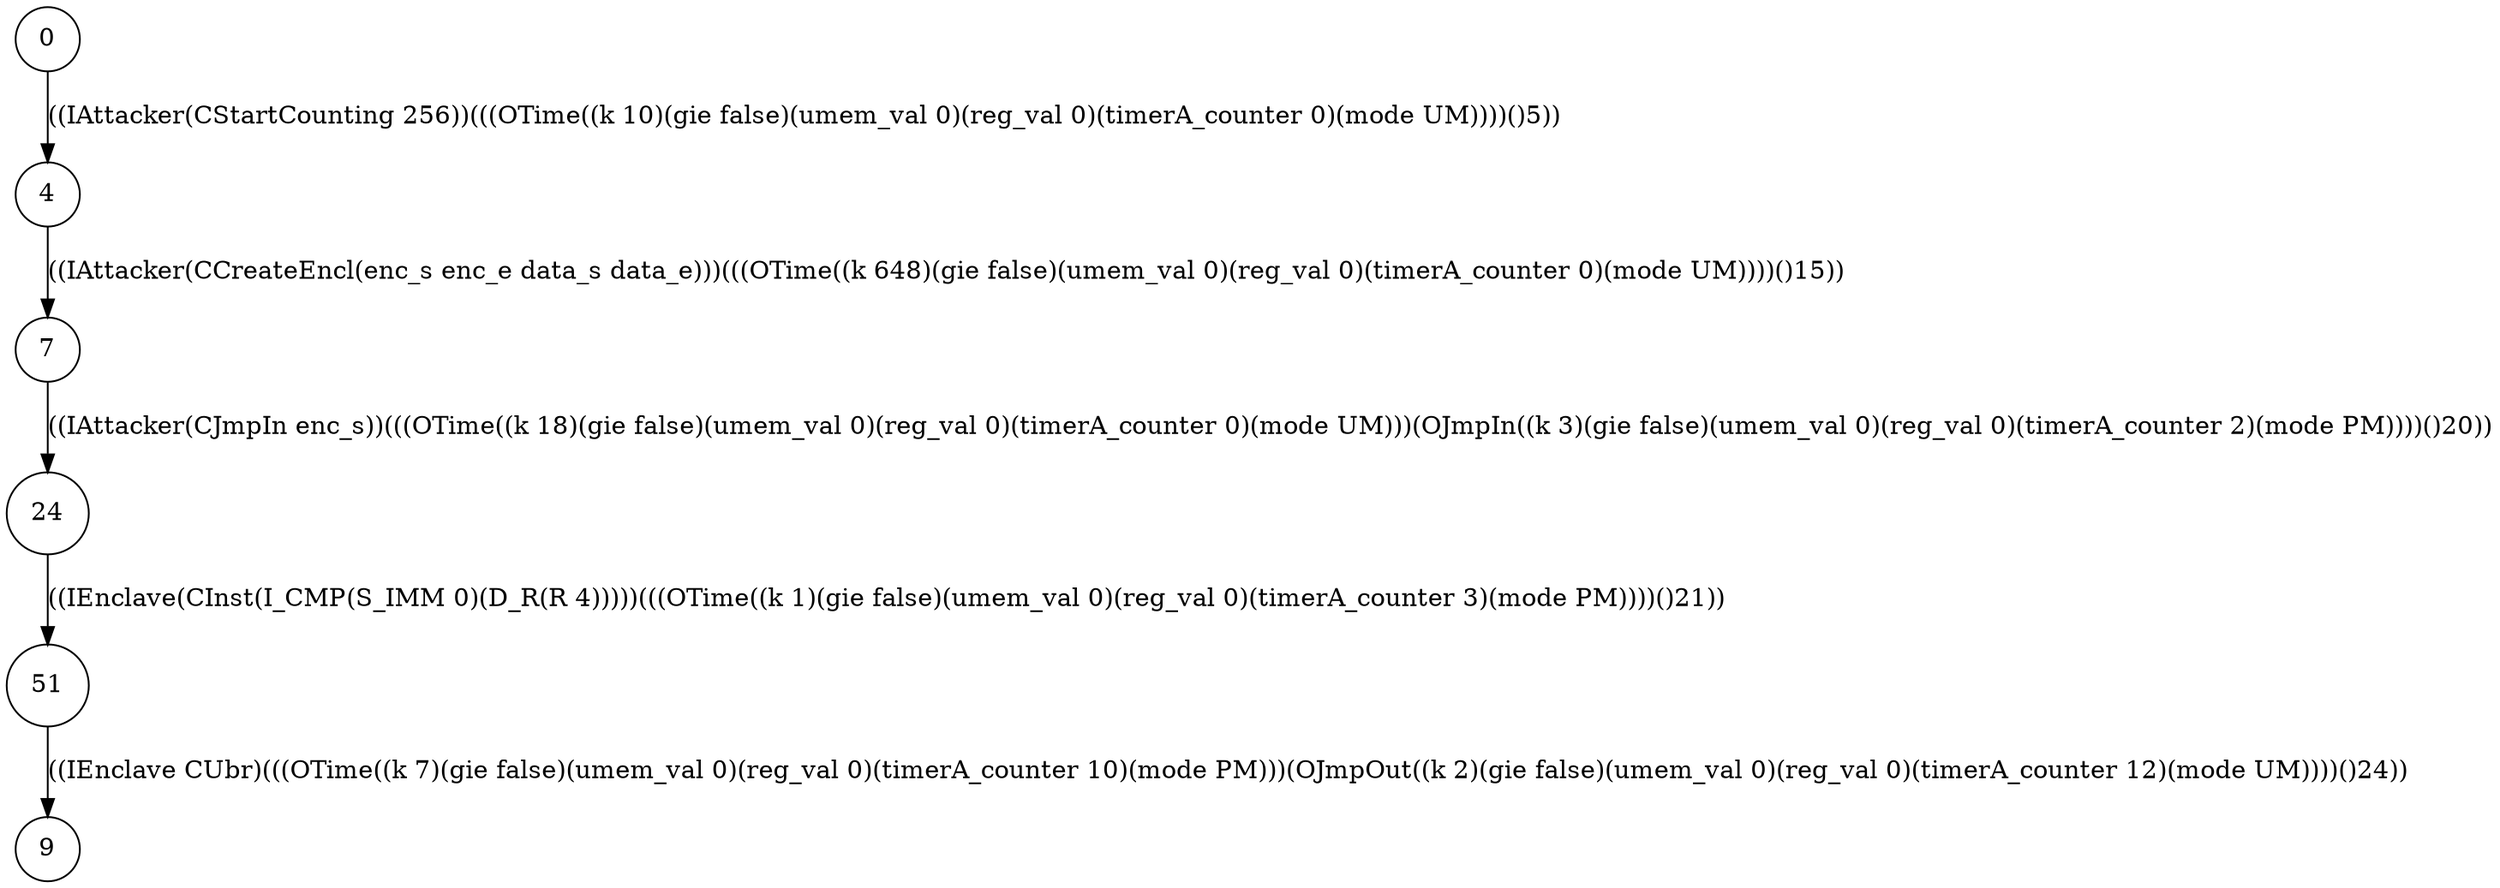
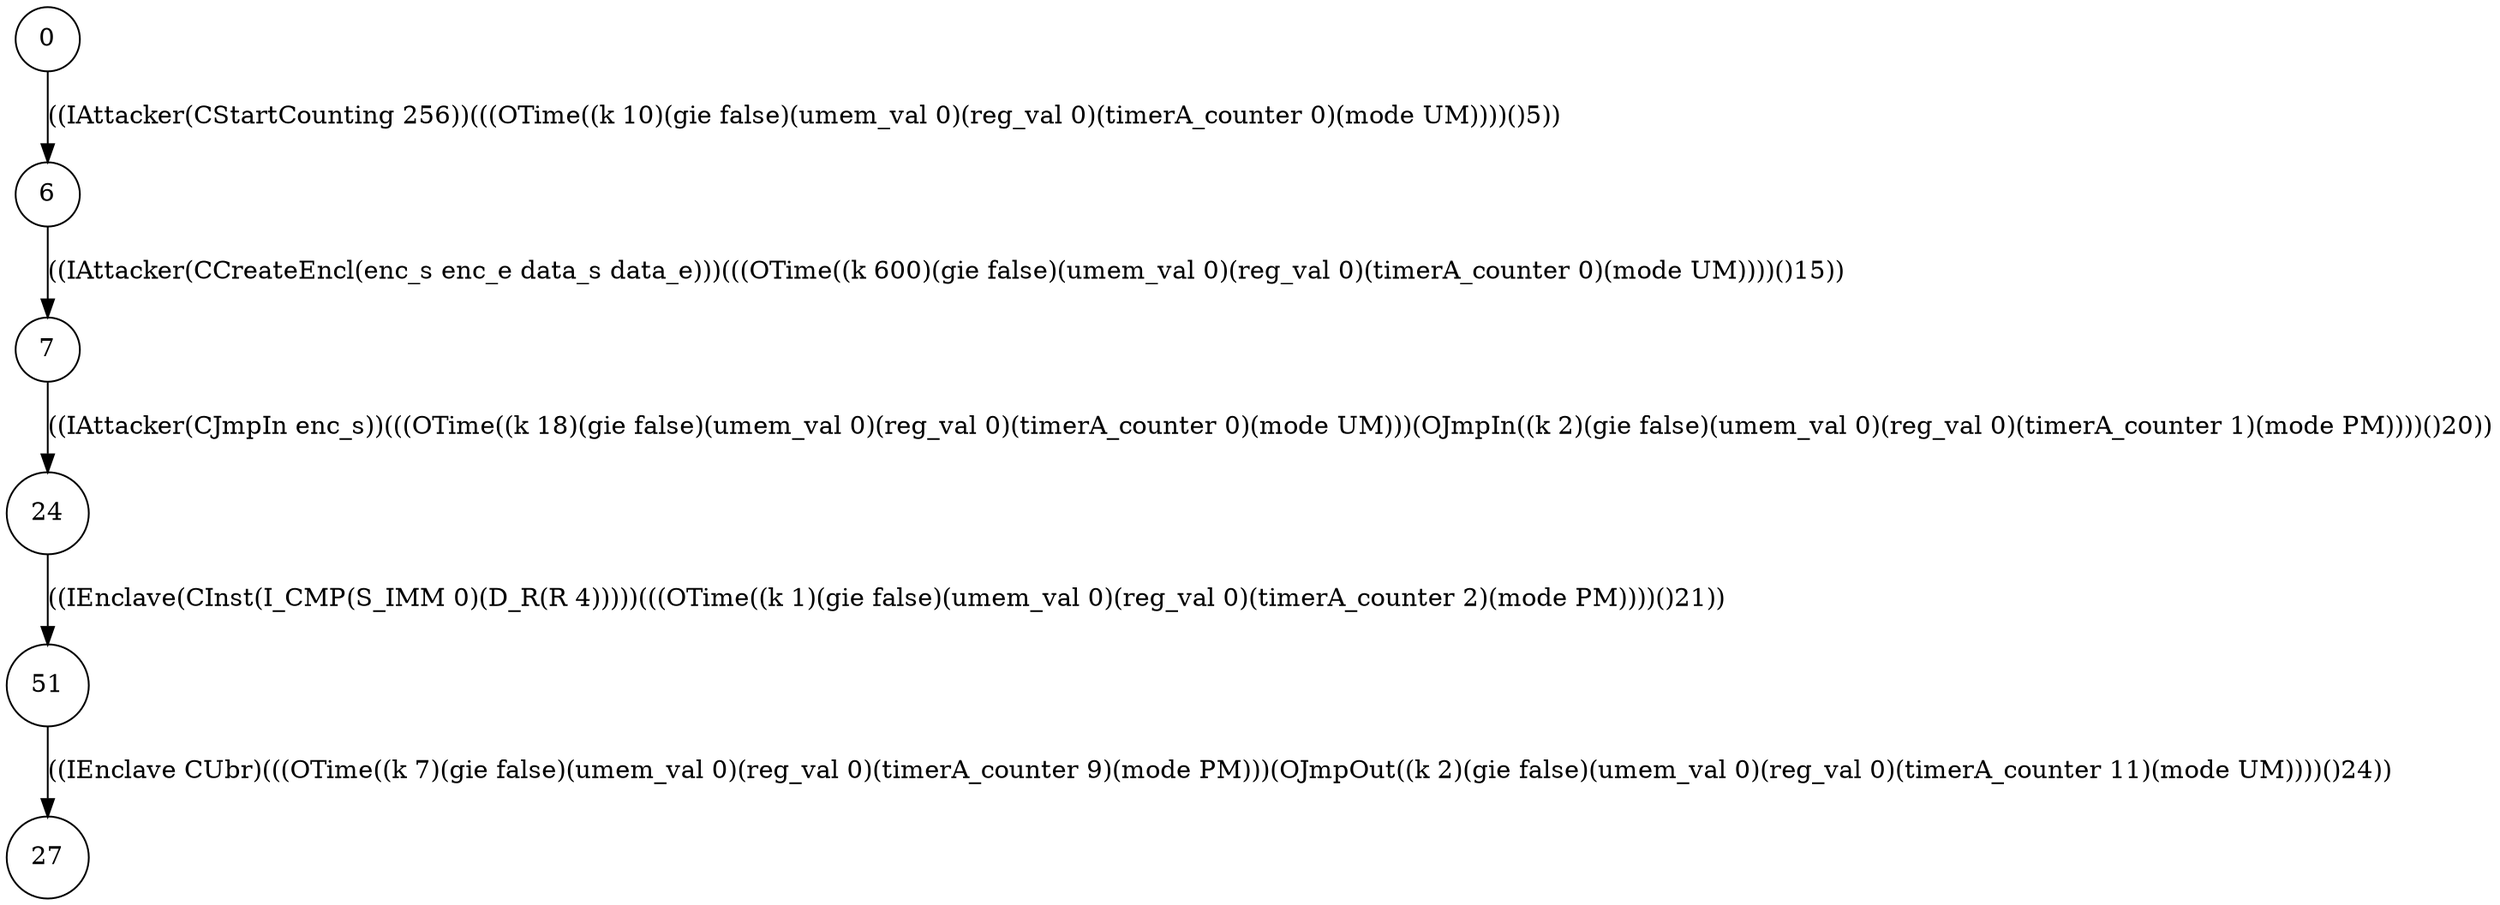
digraph G {
  0 [shape=circle, ];
-   4 [shape=circle, ];
+   6 [shape=circle, ];
  7 [shape=circle, ];
-   9 [shape=circle, ];
  24 [shape=circle, ];
+   27 [shape=circle, ];
  51 [shape=circle, ];


-   0 -> 4 [label="((IAttacker(CStartCounting 256))(((OTime((k 10)(gie false)(umem_val 0)(reg_val 0)(timerA_counter 0)(mode UM))))()5))",
+   0 -> 6 [label="((IAttacker(CStartCounting 256))(((OTime((k 10)(gie false)(umem_val 0)(reg_val 0)(timerA_counter 0)(mode UM))))()5))",
          ];
-   4 -> 7 [label="((IAttacker(CCreateEncl(enc_s enc_e data_s data_e)))(((OTime((k 648)(gie false)(umem_val 0)(reg_val 0)(timerA_counter 0)(mode UM))))()15))",
+   6 -> 7 [label="((IAttacker(CCreateEncl(enc_s enc_e data_s data_e)))(((OTime((k 600)(gie false)(umem_val 0)(reg_val 0)(timerA_counter 0)(mode UM))))()15))",
          ];
-   7 -> 24 [label="((IAttacker(CJmpIn enc_s))(((OTime((k 18)(gie false)(umem_val 0)(reg_val 0)(timerA_counter 0)(mode UM)))(OJmpIn((k 3)(gie false)(umem_val 0)(reg_val 0)(timerA_counter 2)(mode PM))))()20))",
+   7 -> 24 [label="((IAttacker(CJmpIn enc_s))(((OTime((k 18)(gie false)(umem_val 0)(reg_val 0)(timerA_counter 0)(mode UM)))(OJmpIn((k 2)(gie false)(umem_val 0)(reg_val 0)(timerA_counter 1)(mode PM))))()20))",
           ];
-   24 -> 51 [label="((IEnclave(CInst(I_CMP(S_IMM 0)(D_R(R 4)))))(((OTime((k 1)(gie false)(umem_val 0)(reg_val 0)(timerA_counter 3)(mode PM))))()21))",
+   24 -> 51 [label="((IEnclave(CInst(I_CMP(S_IMM 0)(D_R(R 4)))))(((OTime((k 1)(gie false)(umem_val 0)(reg_val 0)(timerA_counter 2)(mode PM))))()21))",
            ];
-   51 -> 9 [label="((IEnclave CUbr)(((OTime((k 7)(gie false)(umem_val 0)(reg_val 0)(timerA_counter 10)(mode PM)))(OJmpOut((k 2)(gie false)(umem_val 0)(reg_val 0)(timerA_counter 12)(mode UM))))()24))",
-            ];
+   51 -> 27 [label="((IEnclave CUbr)(((OTime((k 7)(gie false)(umem_val 0)(reg_val 0)(timerA_counter 9)(mode PM)))(OJmpOut((k 2)(gie false)(umem_val 0)(reg_val 0)(timerA_counter 11)(mode UM))))()24))",
+             ];

-   }+   }
